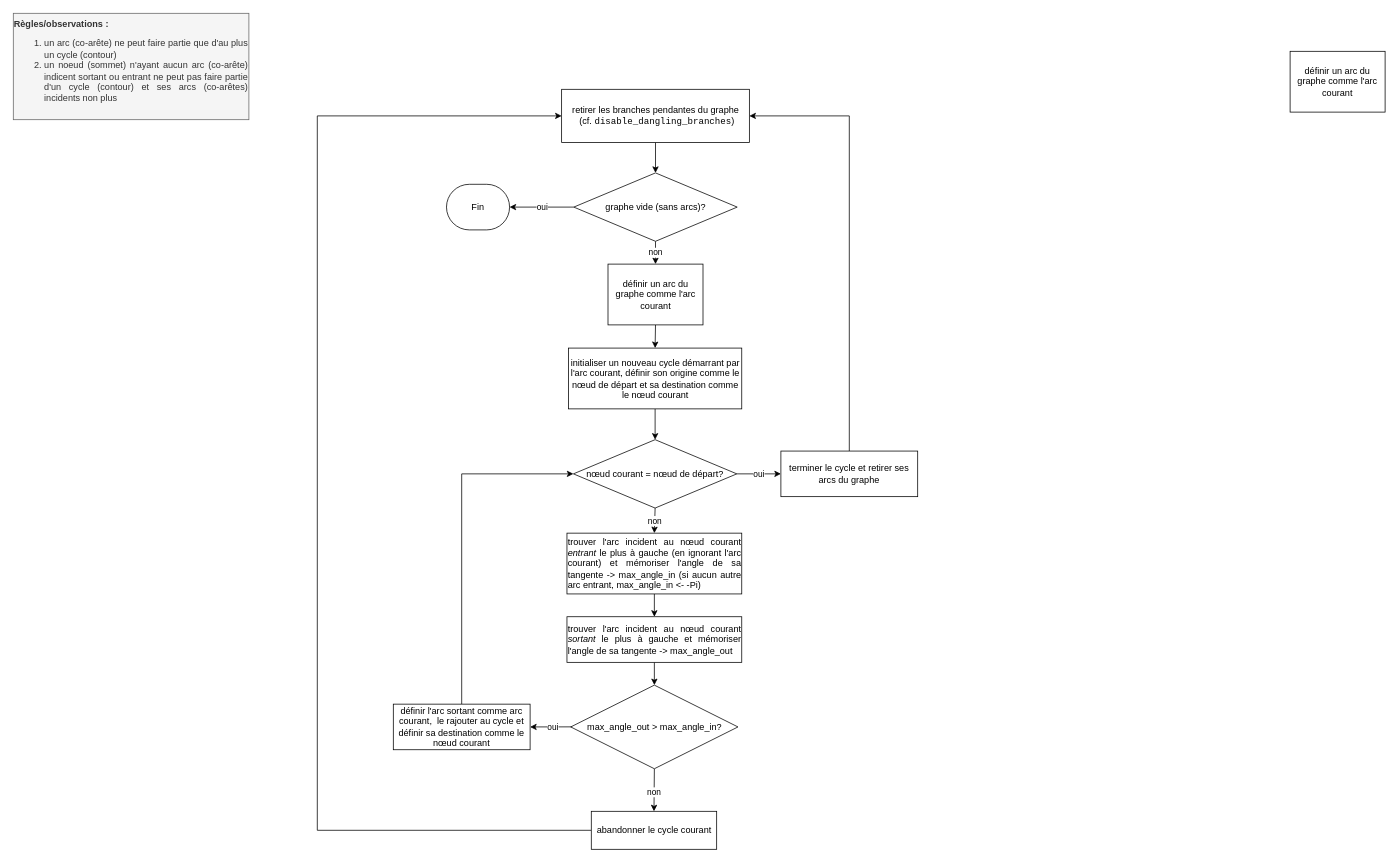
The draw.io diagram page "make_wire" (3 of 8) of mindmap.drawio in BastienAndrieu/These, before the edit. Source tidied: cells renumbered, new cells numbered last; positions are measured from the earlier drawing's top-left corner, leaving out a move shared by most shapes. Both pictures are drawn from the tidied source at 76%, with x=0, y=0 at pixel (13, 13).
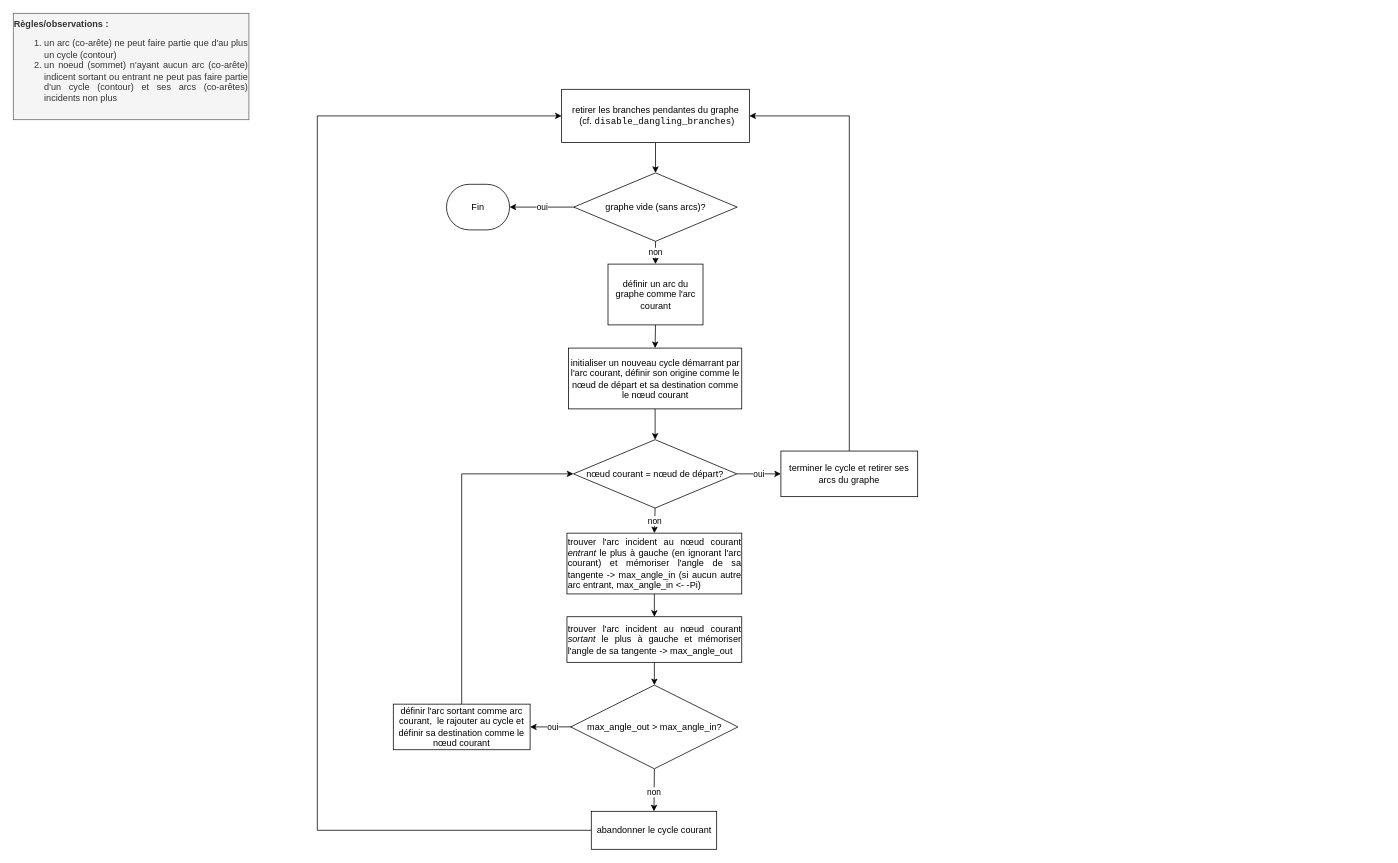
The same page after the edit.

What changed in the source:
```diff
@@
-    <mxCell id="29" value="définir un arc du graphe comme l'arc courant" style="rounded=0;whiteSpace=wrap;html=1;" parent="1" vertex="1">
-      <mxGeometry x="1680" y="50" width="125" height="80" as="geometry" />
-    </mxCell>
```
